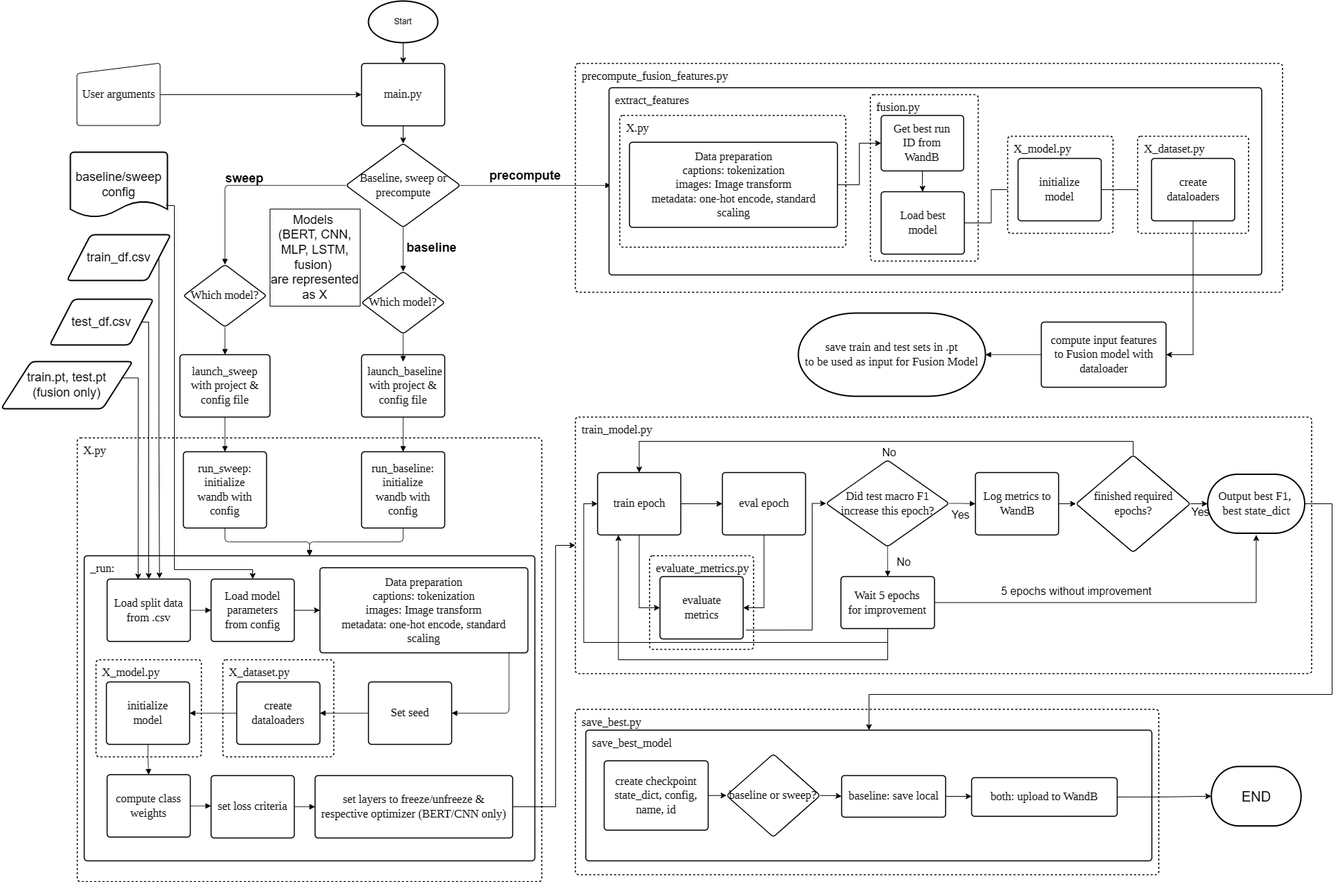
Earlier version of the draw.io export charts/genAIdeepL.drawio.png (cheriechia/genAI-deepL-project). Source tidied: cells renumbered, new cells last; positions are measured from the earlier drawing's top-left corner, leaving out a move shared by most shapes.
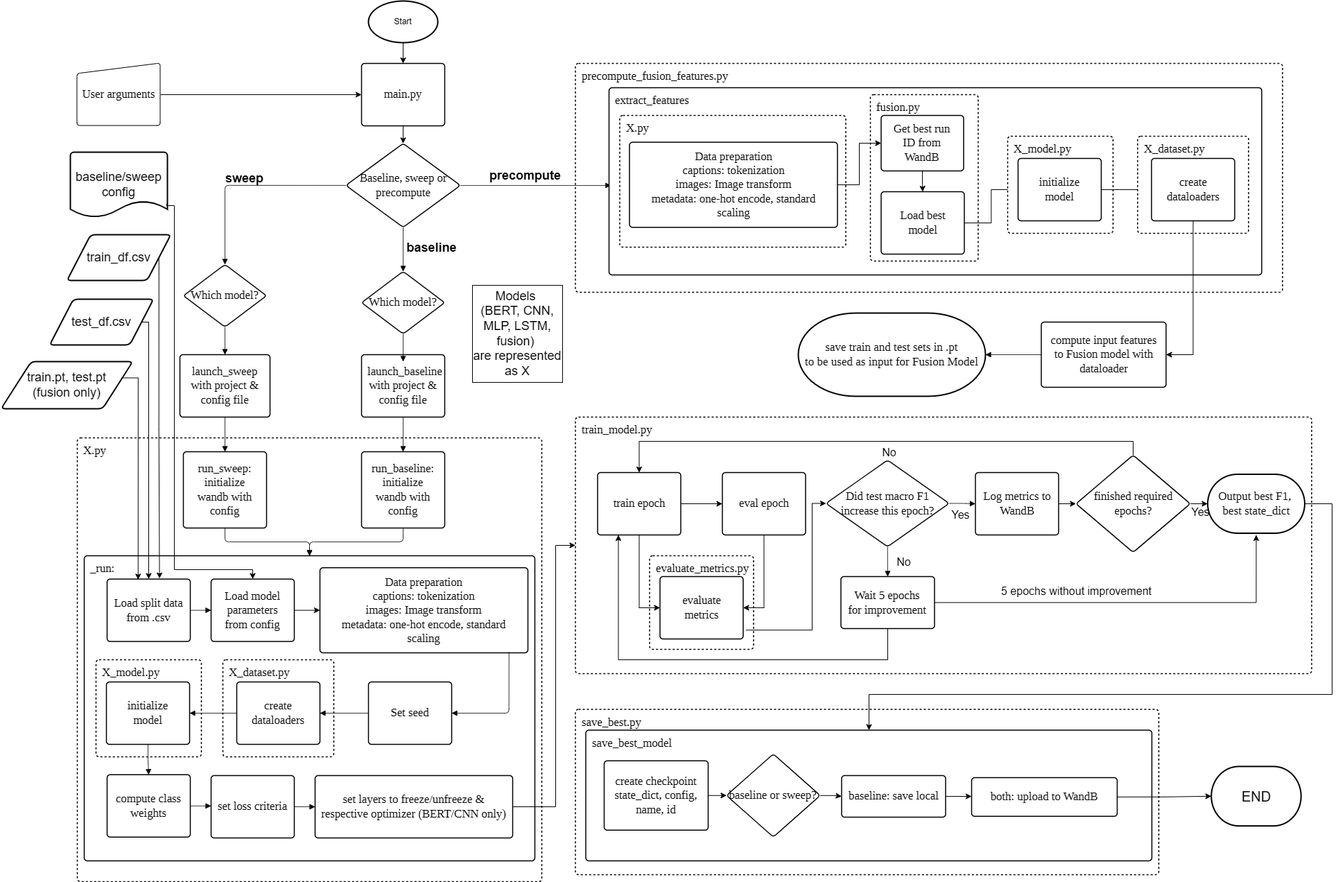
After the change.

The edit, as a diff of the source:
```diff
@@ -230,9 +230,6 @@
         <mxPoint x="-1" y="-18" as="offset" />
       </mxGeometry>
     </mxCell>
-    <mxCell id="70" style="edgeStyle=orthogonalEdgeStyle;rounded=0;jettySize=auto;html=1;exitX=0.5;exitY=1;exitDx=0;exitDy=0;entryX=0;entryY=0.5;entryDx=0;entryDy=0;" parent="1" edge="1" source="72" target="58">
-      <mxGeometry relative="1" as="geometry" />
-    </mxCell>
     <mxCell id="71" style="edgeStyle=orthogonalEdgeStyle;rounded=0;jettySize=auto;html=1;exitX=0.5;exitY=1;exitDx=0;exitDy=0;entryX=0.25;entryY=1;entryDx=0;entryDy=0;strokeColor=light-dark(#000000,#000000);" parent="1" edge="1" source="72" target="58">
       <mxGeometry relative="1" as="geometry">
         <Array as="points">
@@ -352,7 +349,7 @@
       </mxGeometry>
     </mxCell>
     <mxCell id="101" value="Models&amp;nbsp;&lt;div&gt;(BERT, CNN, MLP, LSTM, fusion)&amp;nbsp;&lt;/div&gt;&lt;div&gt;are represented as X&lt;/div&gt;" style="text;html=1;whiteSpace=wrap;strokeColor=light-dark(#000000,#FFFFFF);fillColor=light-dark(#FFFFFF,#FFFFFF);align=center;verticalAlign=middle;rounded=0;fontSize=18;fontColor=light-dark(#000000,#000000);" parent="1" vertex="1">
-      <mxGeometry x="388" y="300" width="130" height="140" as="geometry" />
+      <mxGeometry x="680" y="410" width="130" height="140" as="geometry" />
     </mxCell>
     <mxCell id="102" style="edgeStyle=orthogonalEdgeStyle;rounded=0;jettySize=auto;html=1;exitX=1;exitY=0.5;exitDx=0;exitDy=0;entryX=0;entryY=0.5;entryDx=0;entryDy=0;fillColor=light-dark(#FFFFFF,#FFFFFF);strokeColor=light-dark(#000000,#000000);fontColor=light-dark(#000000,#000000);" parent="1" edge="1" source="103" target="105">
       <mxGeometry relative="1" as="geometry" />
```
